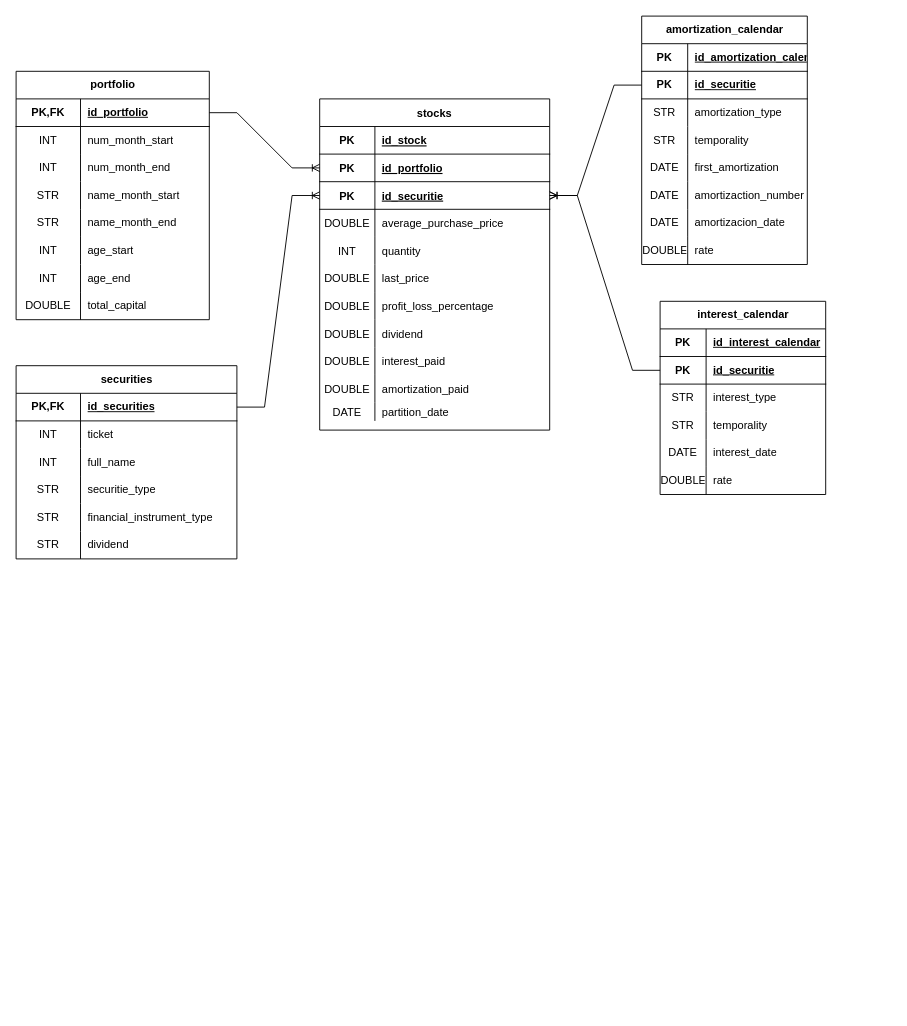
Tomasteawita/white_finance keeps this draw.io diagram as UML/modelo_de_datos.drawio. Above is the earlier version. Source tidied: cells renumbered, new cells numbered last; positions are measured from the earlier drawing's top-left corner, leaving out a move shared by most shapes. Both pictures are drawn from the tidied source at 92%, with x=0, y=0 at pixel (16, 16).
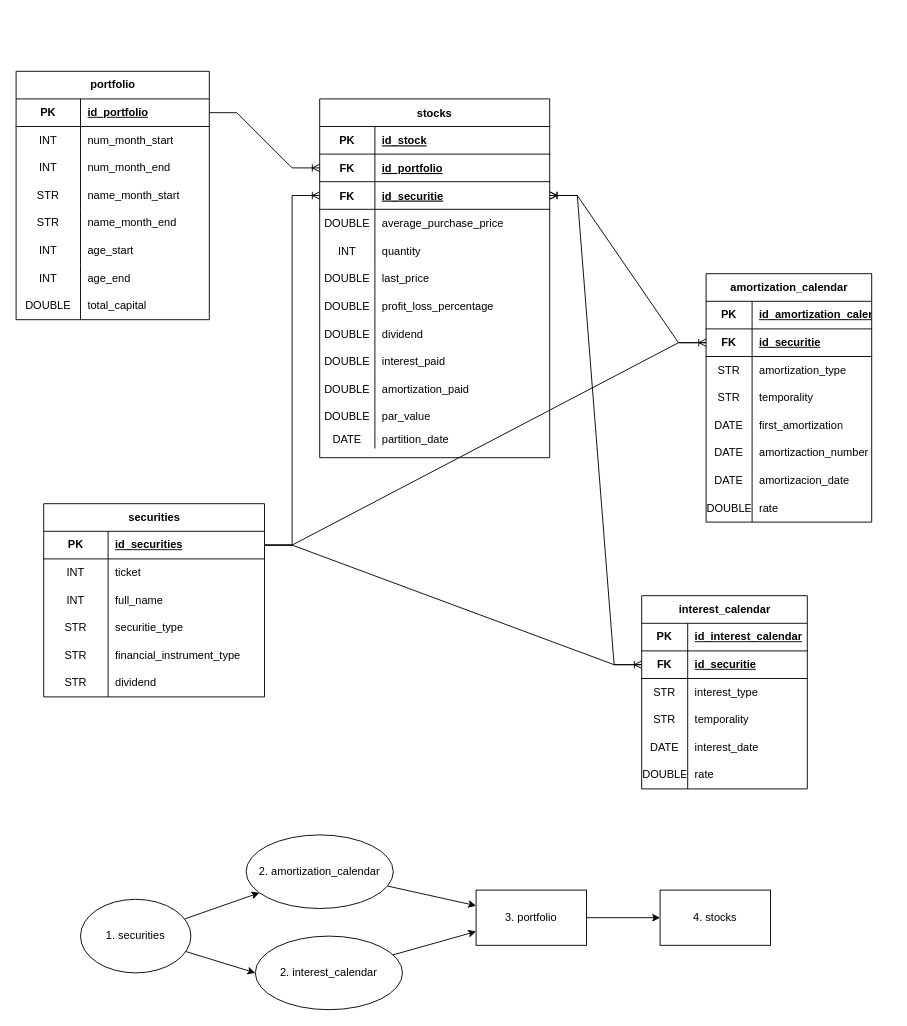
Above is the later version.

The change refers to these unchanged cells:
```xml
<mxCell id="6" style="shape=partialRectangle;fillColor=none;points=[[0,0.5],[1,0.5]];portConstraint=eastwest;top=0;left=0;right=0;bottom=1;" parent="2" vertex="1">
  <mxGeometry y="60" width="250" height="30" as="geometry" />
</mxCell>
<mxCell id="9" style="shape=partialRectangle;fillColor=none;points=[[0,0.5],[1,0.5]];portConstraint=eastwest;top=0;left=0;right=0;bottom=1;" parent="2" vertex="1">
  <mxGeometry y="90" width="250" height="30" as="geometry" />
</mxCell>
<mxCell id="37" style="shape=tableRow;horizontal=0;startSize=0;swimlaneHead=0;swimlaneBody=0;fillColor=none;points=[[0,0.5],[1,0.5]];portConstraint=eastwest;top=0;left=0;right=0;bottom=1;" parent="36" vertex="1">
  <mxGeometry y="30" width="210" height="30" as="geometry" />
</mxCell>
<mxCell id="66" style="shape=tableRow;horizontal=0;startSize=0;swimlaneHead=0;swimlaneBody=0;fillColor=none;points=[[0,0.5],[1,0.5]];portConstraint=eastwest;top=0;left=0;right=0;bottom=1;" parent="62" vertex="1">
  <mxGeometry y="60" width="180" height="30" as="geometry" />
</mxCell>
<mxCell id="91" style="shape=tableRow;horizontal=0;startSize=0;swimlaneHead=0;swimlaneBody=0;fillColor=none;points=[[0,0.5],[1,0.5]];portConstraint=eastwest;top=0;left=0;right=0;bottom=1;" parent="87" vertex="1">
  <mxGeometry y="60" width="180" height="30" as="geometry" />
</mxCell>
<mxCell id="109" style="shape=tableRow;horizontal=0;startSize=0;swimlaneHead=0;swimlaneBody=0;fillColor=none;points=[[0,0.5],[1,0.5]];portConstraint=eastwest;top=0;left=0;right=0;bottom=1;" parent="108" vertex="1">
  <mxGeometry y="30" width="240" height="30" as="geometry" />
</mxCell>
```

Change to the diagram source:
```diff
@@
     <mxCell id="2" value="stocks" style="shape=table;startSize=30;childLayout=tableLayout;rowLines=0;fontStyle=1;align=center;" parent="1" vertex="1">
-      <mxGeometry x="330" y="90" width="250" height="360" as="geometry" />
+      <mxGeometry x="330" y="90" width="250" height="390" as="geometry" />
     </mxCell>
@@
-    <mxCell id="7" value="PK" style="shape=partialRectangle;overflow=hidden;fillColor=none;top=0;left=0;bottom=0;right=0;fontStyle=1;" parent="6" vertex="1">
+    <mxCell id="7" value="FK" style="shape=partialRectangle;overflow=hidden;fillColor=none;top=0;left=0;bottom=0;right=0;fontStyle=1;" parent="6" vertex="1">
       <mxGeometry width="60" height="30" as="geometry" />
     </mxCell>
@@
-    <mxCell id="10" value="PK" style="shape=partialRectangle;overflow=hidden;fillColor=none;top=0;left=0;bottom=0;right=0;fontStyle=1;" parent="9" vertex="1">
+    <mxCell id="10" value="FK" style="shape=partialRectangle;overflow=hidden;fillColor=none;top=0;left=0;bottom=0;right=0;fontStyle=1;" parent="9" vertex="1">
       <mxGeometry width="60" height="30" as="geometry" />
     </mxCell>
@@
+    <mxCell id="128" style="shape=partialRectangle;fillColor=none;top=0;left=0;right=0;bottom=0;" parent="2" vertex="1">
+      <mxGeometry y="330" width="250" height="30" as="geometry" />
+    </mxCell>
+    <mxCell id="129" value="DOUBLE" style="shape=partialRectangle;overflow=hidden;fillColor=none;top=0;left=0;bottom=0;right=0;" parent="128" vertex="1">
+      <mxGeometry width="60" height="30" as="geometry" />
+    </mxCell>
+    <mxCell id="130" value="par_value" style="shape=partialRectangle;overflow=hidden;fillColor=none;top=0;left=0;bottom=0;right=0;align=left;spacingLeft=6;" parent="128" vertex="1">
+      <mxGeometry x="60" width="190" height="30" as="geometry" />
+    </mxCell>
     <mxCell id="33" style="shape=partialRectangle;fillColor=none;top=0;left=0;right=0;bottom=0;" parent="2" vertex="1">
-      <mxGeometry y="330" width="250" height="20" as="geometry" />
+      <mxGeometry y="360" width="250" height="20" as="geometry" />
     </mxCell>
@@
-    <mxCell id="38" value="PK,FK" style="shape=partialRectangle;fillColor=none;top=0;left=0;bottom=0;right=0;fontStyle=1;overflow=hidden;whiteSpace=wrap;html=1;" parent="37" vertex="1">
+    <mxCell id="38" value="PK" style="shape=partialRectangle;fillColor=none;top=0;left=0;bottom=0;right=0;fontStyle=1;overflow=hidden;whiteSpace=wrap;html=1;" parent="37" vertex="1">
       <mxGeometry width="70" height="30" as="geometry" />
     </mxCell>
@@
     <mxCell id="62" value="amortization_calendar" style="shape=table;startSize=30;childLayout=tableLayout;rowLines=0;fontStyle=1;align=center;html=1;" parent="1" vertex="1">
-      <mxGeometry x="680" width="180" height="270" as="geometry" />
+      <mxGeometry x="750" y="280" width="180" height="270" as="geometry" />
     </mxCell>
@@
-    <mxCell id="67" value="PK" style="shape=partialRectangle;fillColor=none;top=0;left=0;bottom=0;right=0;fontStyle=1;overflow=hidden;whiteSpace=wrap;html=1;" parent="66" vertex="1">
+    <mxCell id="67" value="FK" style="shape=partialRectangle;fillColor=none;top=0;left=0;bottom=0;right=0;fontStyle=1;overflow=hidden;whiteSpace=wrap;html=1;" parent="66" vertex="1">
       <mxGeometry width="50" height="30" as="geometry" />
     </mxCell>
@@
     <mxCell id="87" value="interest_calendar" style="shape=table;startSize=30;childLayout=tableLayout;rowLines=0;fontStyle=1;align=center;html=1;" parent="1" vertex="1">
-      <mxGeometry x="700" y="310" width="180" height="210" as="geometry" />
+      <mxGeometry x="680" y="630" width="180" height="210" as="geometry" />
     </mxCell>
@@
-    <mxCell id="92" value="PK" style="shape=partialRectangle;fillColor=none;top=0;left=0;bottom=0;right=0;fontStyle=1;overflow=hidden;whiteSpace=wrap;html=1;" parent="91" vertex="1">
+    <mxCell id="92" value="FK" style="shape=partialRectangle;fillColor=none;top=0;left=0;bottom=0;right=0;fontStyle=1;overflow=hidden;whiteSpace=wrap;html=1;" parent="91" vertex="1">
       <mxGeometry width="50" height="30" as="geometry" />
     </mxCell>
@@
     <mxCell id="108" value="securities" style="shape=table;startSize=30;childLayout=tableLayout;rowLines=0;fontStyle=1;align=center;html=1;" parent="1" vertex="1">
-      <mxGeometry y="380" width="240" height="210" as="geometry" />
+      <mxGeometry x="30" y="530" width="240" height="210" as="geometry" />
     </mxCell>
@@
-    <mxCell id="110" value="PK,FK" style="shape=partialRectangle;fillColor=none;top=0;left=0;bottom=0;right=0;fontStyle=1;overflow=hidden;whiteSpace=wrap;html=1;" parent="109" vertex="1">
+    <mxCell id="110" value="PK" style="shape=partialRectangle;fillColor=none;top=0;left=0;bottom=0;right=0;fontStyle=1;overflow=hidden;whiteSpace=wrap;html=1;" parent="109" vertex="1">
       <mxGeometry width="70" height="30" as="geometry" />
     </mxCell>
@@
-    <mxCell id="127" style="edgeStyle=entityRelationEdgeStyle;fontSize=12;html=1;endArrow=ERoneToMany;rounded=0;exitX=1;exitY=0.5;exitDx=0;exitDy=0;entryX=0;entryY=0.5;entryDx=0;entryDy=0;" parent="1" edge="1" source="109" target="9">
+    <mxCell id="127" style="edgeStyle=entityRelationEdgeStyle;fontSize=12;html=1;endArrow=ERoneToMany;rounded=0;entryX=0;entryY=0.5;entryDx=0;entryDy=0;exitX=1;exitY=0.5;exitDx=0;exitDy=0;" parent="1" edge="1" source="109" target="9">
       <mxGeometry relative="1" as="geometry" />
     </mxCell>
+    <mxCell id="131" style="edgeStyle=entityRelationEdgeStyle;fontSize=12;html=1;endArrow=ERoneToMany;rounded=0;entryX=0;entryY=0.5;entryDx=0;entryDy=0;exitX=1;exitY=0.5;exitDx=0;exitDy=0;" parent="1" edge="1" source="109" target="91">
+      <mxGeometry relative="1" as="geometry" />
+    </mxCell>
+    <mxCell id="132" style="edgeStyle=entityRelationEdgeStyle;fontSize=12;html=1;endArrow=ERoneToMany;rounded=0;entryX=0;entryY=0.5;entryDx=0;entryDy=0;exitX=1;exitY=0.5;exitDx=0;exitDy=0;" parent="1" edge="1" source="109" target="66">
+      <mxGeometry relative="1" as="geometry" />
+    </mxCell>
+    <mxCell id="133" style="edgeStyle=none;html=1;" parent="1" edge="1" source="135" target="137">
+      <mxGeometry relative="1" as="geometry" />
+    </mxCell>
+    <mxCell id="134" style="edgeStyle=none;html=1;entryX=0;entryY=0.5;entryDx=0;entryDy=0;" parent="1" edge="1" source="135" target="139">
+      <mxGeometry relative="1" as="geometry" />
+    </mxCell>
+    <mxCell id="135" value="1. securities" style="ellipse;whiteSpace=wrap;html=1;" parent="1" vertex="1">
+      <mxGeometry x="70" y="960" width="120" height="80" as="geometry" />
+    </mxCell>
+    <mxCell id="136" style="edgeStyle=none;html=1;" parent="1" edge="1" source="137" target="141">
+      <mxGeometry relative="1" as="geometry" />
+    </mxCell>
+    <mxCell id="137" value="2. amortization_calendar" style="ellipse;whiteSpace=wrap;html=1;" parent="1" vertex="1">
+      <mxGeometry x="250" y="890" width="160" height="80" as="geometry" />
+    </mxCell>
+    <mxCell id="138" style="edgeStyle=none;html=1;entryX=0;entryY=0.75;entryDx=0;entryDy=0;" parent="1" edge="1" source="139" target="141">
+      <mxGeometry relative="1" as="geometry" />
+    </mxCell>
+    <mxCell id="139" value="2. interest_calendar" style="ellipse;whiteSpace=wrap;html=1;" parent="1" vertex="1">
+      <mxGeometry x="260" y="1000" width="160" height="80" as="geometry" />
+    </mxCell>
+    <mxCell id="140" style="edgeStyle=none;html=1;" parent="1" edge="1" source="141" target="142">
+      <mxGeometry relative="1" as="geometry" />
+    </mxCell>
+    <mxCell id="141" value="3. portfolio" style="whiteSpace=wrap;html=1;" parent="1" vertex="1">
+      <mxGeometry x="500" y="950" width="120" height="60" as="geometry" />
+    </mxCell>
+    <mxCell id="142" value="4. stocks" style="whiteSpace=wrap;html=1;" parent="1" vertex="1">
+      <mxGeometry x="700" y="950" width="120" height="60" as="geometry" />
+    </mxCell>
```
